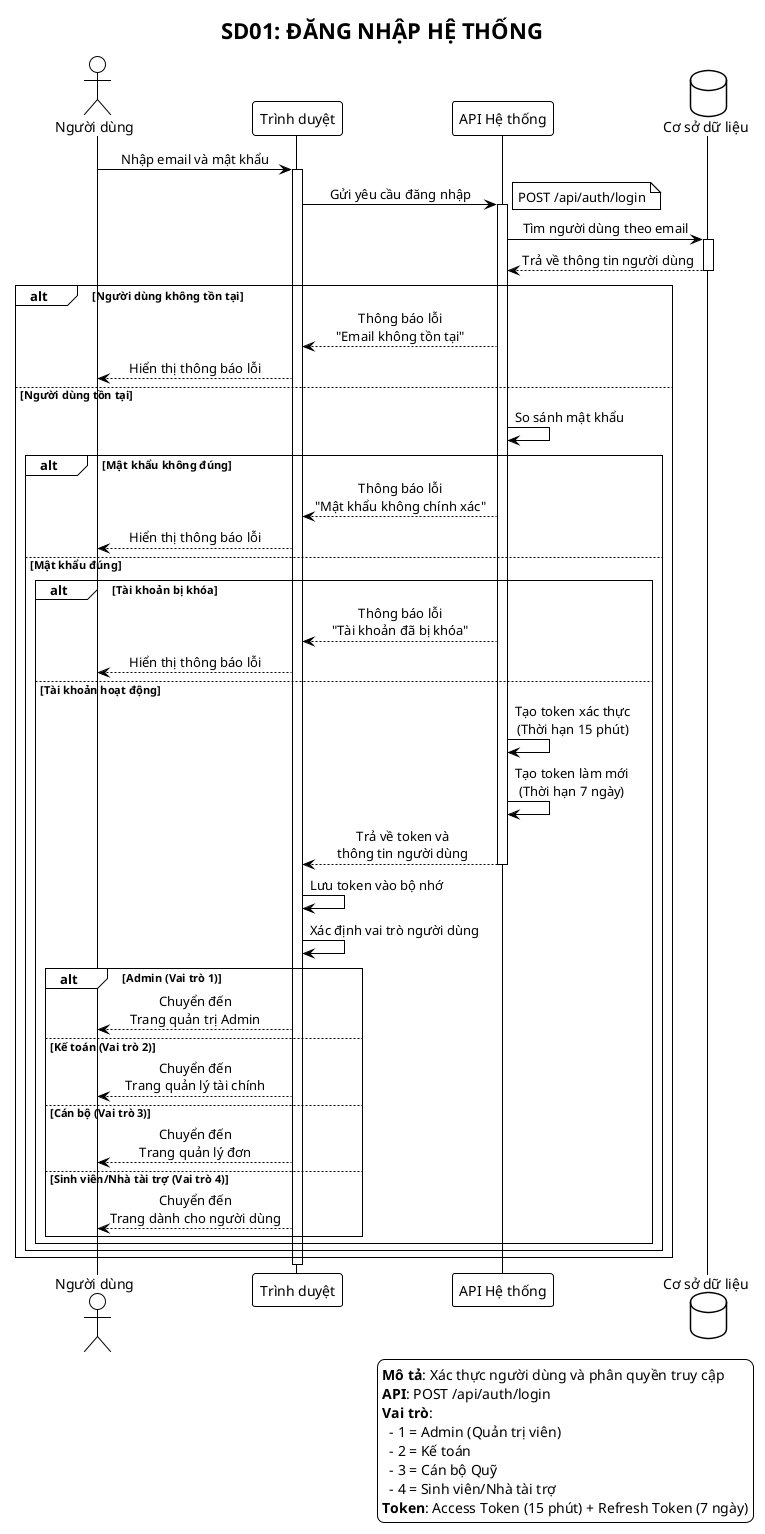
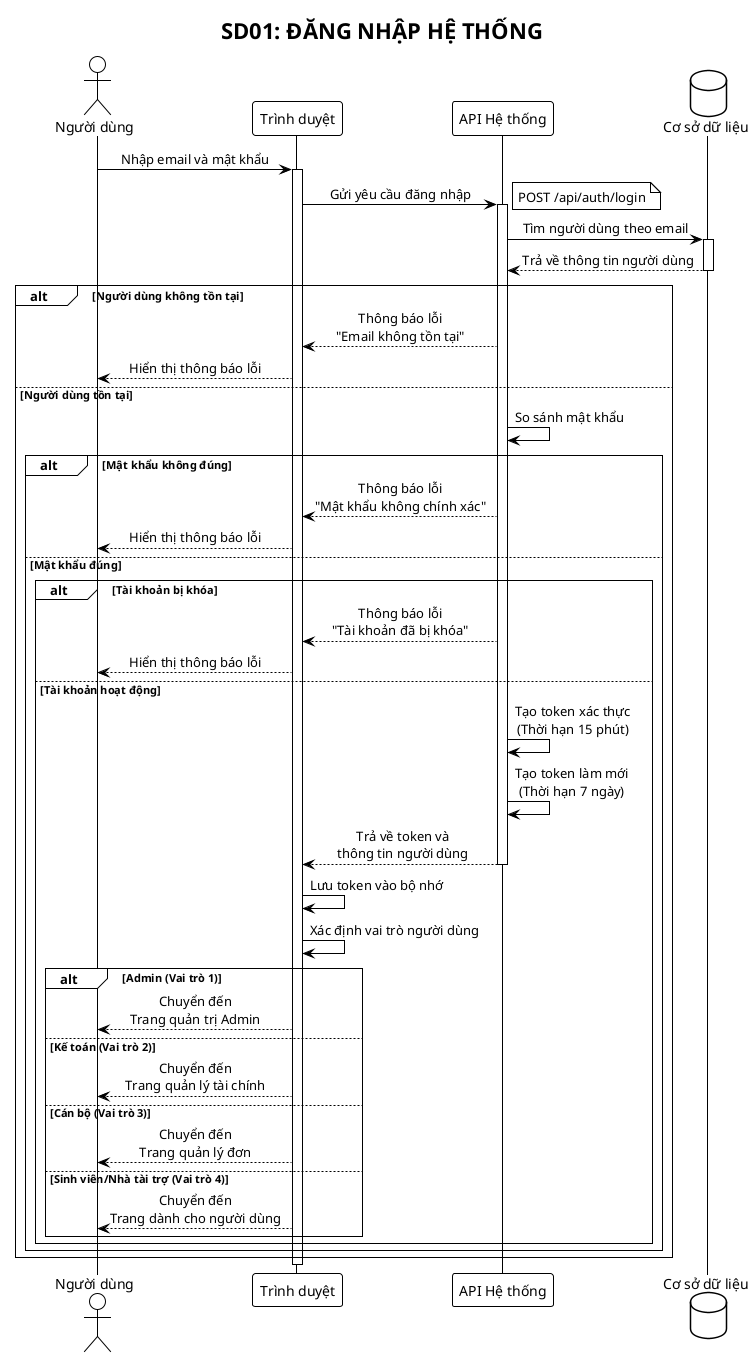
@startuml SD01_Dang_Nhap
!theme plain
skinparam backgroundColor #FFFFFF
skinparam sequenceMessageAlign center

title **SD01: ĐĂNG NHẬP HỆ THỐNG**

actor "Người dùng" as User
participant "Trình duyệt" as Browser
participant "API Hệ thống" as API
database "Cơ sở dữ liệu" as DB

User -> Browser: Nhập email và mật khẩu
activate Browser

Browser -> API: Gửi yêu cầu đăng nhập
activate API
note right: POST /api/auth/login

API -> DB: Tìm người dùng theo email
activate DB
DB --> API: Trả về thông tin người dùng
deactivate DB

alt Người dùng không tồn tại
    API --> Browser: Thông báo lỗi\n"Email không tồn tại"
    Browser --> User: Hiển thị thông báo lỗi
else Người dùng tồn tại
    API -> API: So sánh mật khẩu

    alt Mật khẩu không đúng
        API --> Browser: Thông báo lỗi\n"Mật khẩu không chính xác"
        Browser --> User: Hiển thị thông báo lỗi
    else Mật khẩu đúng
        alt Tài khoản bị khóa
            API --> Browser: Thông báo lỗi\n"Tài khoản đã bị khóa"
            Browser --> User: Hiển thị thông báo lỗi
        else Tài khoản hoạt động
            API -> API: Tạo token xác thực\n(Thời hạn 15 phút)
            API -> API: Tạo token làm mới\n(Thời hạn 7 ngày)

            API --> Browser: Trả về token và\nthông tin người dùng
            deactivate API

            Browser -> Browser: Lưu token vào bộ nhớ
            Browser -> Browser: Xác định vai trò người dùng

            alt Admin (Vai trò 1)
                Browser --> User: Chuyển đến\nTrang quản trị Admin
            else Kế toán (Vai trò 2)
                Browser --> User: Chuyển đến\nTrang quản lý tài chính
            else Cán bộ (Vai trò 3)
                Browser --> User: Chuyển đến\nTrang quản lý đơn
            else Sinh viên/Nhà tài trợ (Vai trò 4)
                Browser --> User: Chuyển đến\nTrang dành cho người dùng
            end
        end
    end
end

deactivate Browser

- legend right
- **Mô tả**: Xác thực người dùng và phân quyền truy cập
- **API**: POST /api/auth/login
- **Vai trò**:
-   - 1 = Admin (Quản trị viên)
-   - 2 = Kế toán
-   - 3 = Cán bộ Quỹ
-   - 4 = Sinh viên/Nhà tài trợ
- **Token**: Access Token (15 phút) + Refresh Token (7 ngày)
- endlegend
- 
@enduml
